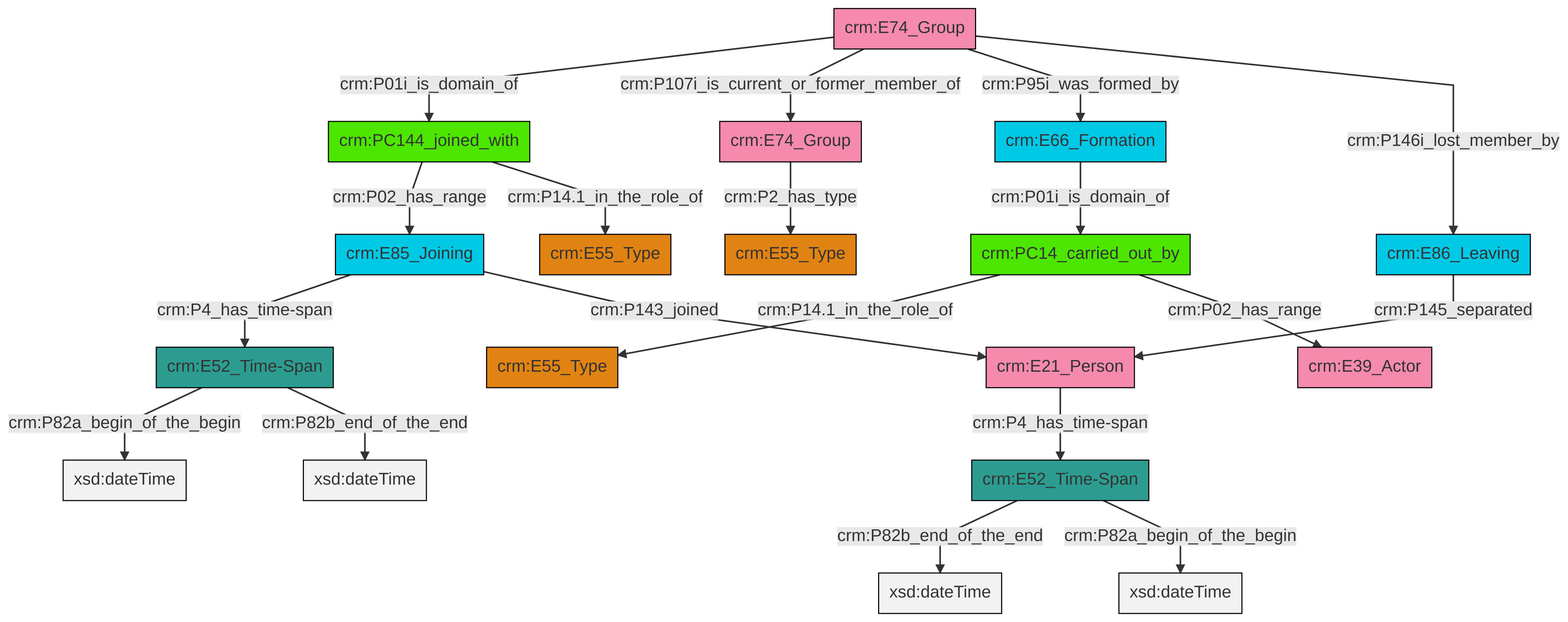
Above: et/groupCSV/ttl/mmd/png/group_actor_relations.png in swiss-art-research-net/reference-data-models (Mermaid), before the change. Its source is kept beside it as et/groupCSV/ttl/mmd/group_actor_relations.ttl.mmd.
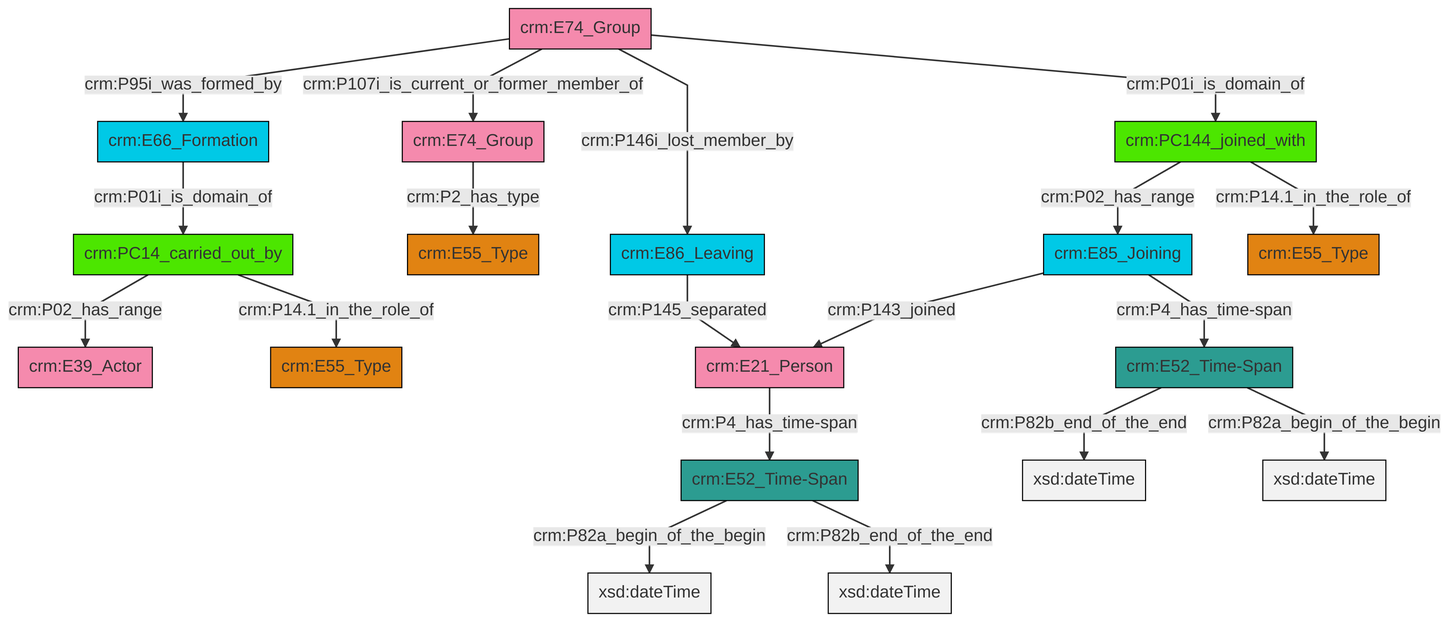
After the commit.

Change to the diagram source:
```diff
@@ -13,21 +13,21 @@
 classDef PC_Classes fill:#4ce600, stroke:#000000;
 classDef Multi fill:#cccccc,stroke:#000000;
 
-0["crm:PC144_joined_with"]:::PC_Classes -->|crm:P02_has_range| 1["crm:E85_Joining"]:::Temporal_Entity
-2["crm:PC14_carried_out_by"]:::PC_Classes -->|crm:P14.1_in_the_role_of| 3["crm:E55_Type"]:::Type
 4["crm:E52_Time-Span"]:::Time-Span -->|crm:P82a_begin_of_the_begin| 5[xsd:dateTime]:::Literal
-11["crm:E52_Time-Span"]:::Time-Span -->|crm:P82b_end_of_the_end| 12[xsd:dateTime]:::Literal
-15["crm:E66_Formation"]:::Temporal_Entity -->|crm:P01i_is_domain_of| 2["crm:PC14_carried_out_by"]:::PC_Classes
-2["crm:PC14_carried_out_by"]:::PC_Classes -->|crm:P02_has_range| 13["crm:E39_Actor"]:::Actor
-21["crm:E86_Leaving"]:::Temporal_Entity -->|crm:P145_separated| 8["crm:E21_Person"]:::Actor
-16["crm:E74_Group"]:::Actor -->|crm:P01i_is_domain_of| 0["crm:PC144_joined_with"]:::PC_Classes
-1["crm:E85_Joining"]:::Temporal_Entity -->|crm:P4_has_time-span| 4["crm:E52_Time-Span"]:::Time-Span
-4["crm:E52_Time-Span"]:::Time-Span -->|crm:P82b_end_of_the_end| 22[xsd:dateTime]:::Literal
-19["crm:E74_Group"]:::Actor -->|crm:P2_has_type| 6["crm:E55_Type"]:::Type
-11["crm:E52_Time-Span"]:::Time-Span -->|crm:P82a_begin_of_the_begin| 23[xsd:dateTime]:::Literal
-8["crm:E21_Person"]:::Actor -->|crm:P4_has_time-span| 11["crm:E52_Time-Span"]:::Time-Span
-0["crm:PC144_joined_with"]:::PC_Classes -->|crm:P14.1_in_the_role_of| 25["crm:E55_Type"]:::Type
-1["crm:E85_Joining"]:::Temporal_Entity -->|crm:P143_joined| 8["crm:E21_Person"]:::Actor
-16["crm:E74_Group"]:::Actor -->|crm:P107i_is_current_or_former_member_of| 19["crm:E74_Group"]:::Actor
-16["crm:E74_Group"]:::Actor -->|crm:P95i_was_formed_by| 15["crm:E66_Formation"]:::Temporal_Entity
-16["crm:E74_Group"]:::Actor -->|crm:P146i_lost_member_by| 21["crm:E86_Leaving"]:::Temporal_Entity
+2["crm:PC144_joined_with"]:::PC_Classes -->|crm:P02_has_range| 8["crm:E85_Joining"]:::Temporal_Entity
+12["crm:E52_Time-Span"]:::Time-Span -->|crm:P82b_end_of_the_end| 13[xsd:dateTime]:::Literal
+14["crm:E74_Group"]:::Actor -->|crm:P2_has_type| 10["crm:E55_Type"]:::Type
+0["crm:E74_Group"]:::Actor -->|crm:P95i_was_formed_by| 17["crm:E66_Formation"]:::Temporal_Entity
+17["crm:E66_Formation"]:::Temporal_Entity -->|crm:P01i_is_domain_of| 20["crm:PC14_carried_out_by"]:::PC_Classes
+2["crm:PC144_joined_with"]:::PC_Classes -->|crm:P14.1_in_the_role_of| 6["crm:E55_Type"]:::Type
+12["crm:E52_Time-Span"]:::Time-Span -->|crm:P82a_begin_of_the_begin| 23[xsd:dateTime]:::Literal
+18["crm:E86_Leaving"]:::Temporal_Entity -->|crm:P145_separated| 21["crm:E21_Person"]:::Actor
+0["crm:E74_Group"]:::Actor -->|crm:P107i_is_current_or_former_member_of| 14["crm:E74_Group"]:::Actor
+0["crm:E74_Group"]:::Actor -->|crm:P146i_lost_member_by| 18["crm:E86_Leaving"]:::Temporal_Entity
+0["crm:E74_Group"]:::Actor -->|crm:P01i_is_domain_of| 2["crm:PC144_joined_with"]:::PC_Classes
+20["crm:PC14_carried_out_by"]:::PC_Classes -->|crm:P02_has_range| 29["crm:E39_Actor"]:::Actor
+4["crm:E52_Time-Span"]:::Time-Span -->|crm:P82b_end_of_the_end| 30[xsd:dateTime]:::Literal
+20["crm:PC14_carried_out_by"]:::PC_Classes -->|crm:P14.1_in_the_role_of| 15["crm:E55_Type"]:::Type
+21["crm:E21_Person"]:::Actor -->|crm:P4_has_time-span| 4["crm:E52_Time-Span"]:::Time-Span
+8["crm:E85_Joining"]:::Temporal_Entity -->|crm:P143_joined| 21["crm:E21_Person"]:::Actor
+8["crm:E85_Joining"]:::Temporal_Entity -->|crm:P4_has_time-span| 12["crm:E52_Time-Span"]:::Time-Span
```
